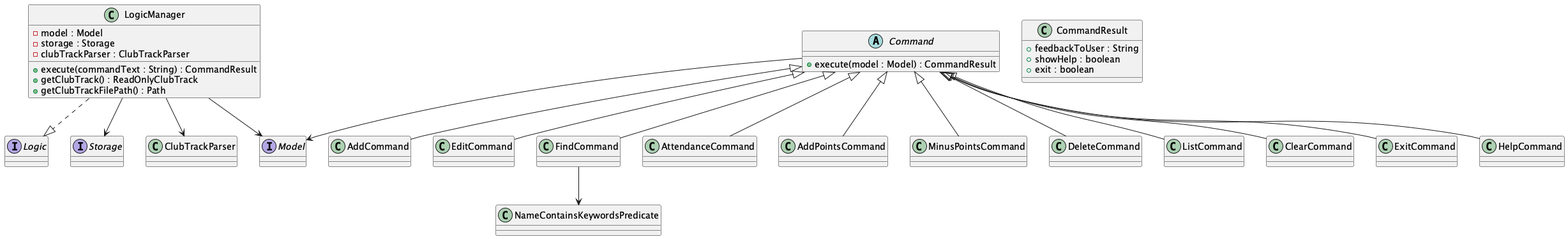
Before: docs/diagrams/LogicClassDiagram.png, a diagram exported from PlantUML (javierchuaby/tp). The source it was exported from:
```plantuml
@startuml


interface Logic

interface Model

abstract class Command {
+ execute(model : Model) : CommandResult
}

class CommandResult {
+ feedbackToUser : String
+ showHelp : boolean
+ exit : boolean
}

class LogicManager {
- model : Model
- storage : Storage
- clubTrackParser : ClubTrackParser
+ execute(commandText : String) : CommandResult
+ getClubTrack() : ReadOnlyClubTrack
+ getClubTrackFilePath() : Path
}

class AddCommand
class EditCommand
class FindCommand
class AttendanceCommand
class AddPointsCommand
class MinusPointsCommand
class DeleteCommand
class ListCommand
class ClearCommand
class ExitCommand
class HelpCommand

Command <|-- AddCommand
Command <|-- EditCommand
Command <|-- FindCommand
Command <|-- AttendanceCommand
Command <|-- AddPointsCommand
Command <|-- MinusPointsCommand
Command <|-- DeleteCommand
Command <|-- ListCommand
Command <|-- ClearCommand
Command <|-- ExitCommand
Command <|-- HelpCommand

interface Storage
class ClubTrackParser
class NameContainsKeywordsPredicate

LogicManager ..|> Logic
Command --> Model
LogicManager --> ClubTrackParser
LogicManager --> Storage
LogicManager --> Model
FindCommand --> NameContainsKeywordsPredicate

@enduml
```
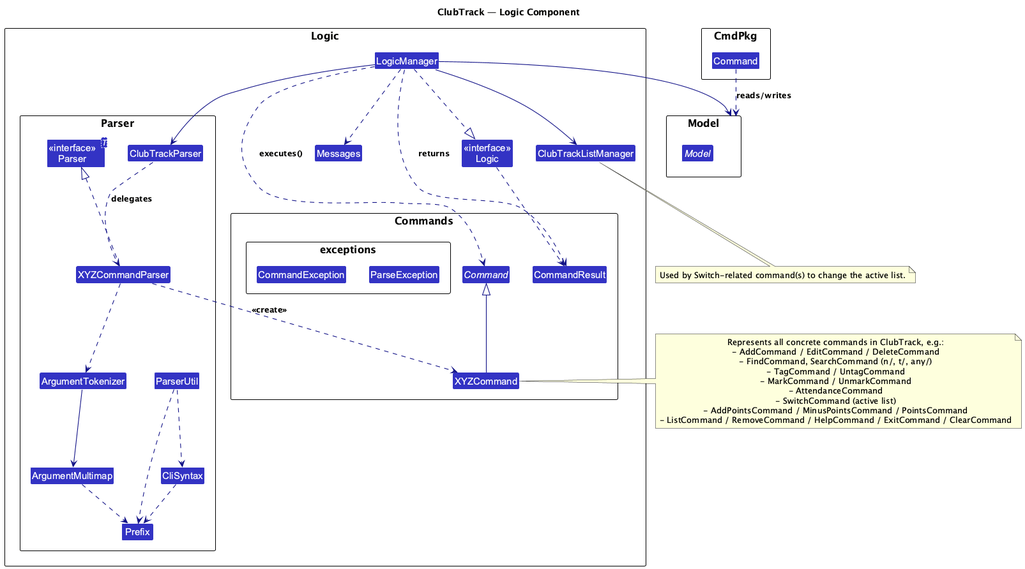
The same file after the commit.

Commit message:
Simplified Logic class diagram and added new sequence diagram into DeveloperGuide.md

Diff of the diagram source:
```diff
@@ -1,62 +1,87 @@
 @startuml
+!include style.puml
+skinparam arrowThickness 1.1
+skinparam arrowColor LOGIC_COLOR_T4
+skinparam classBackgroundColor LOGIC_COLOR
+
+title ClubTrack — Logic Component
+
+package Logic as LogicPackage {
+
+  package "Parser" as ParserPkg {
+    class "<<interface>>\nParser<T>" as IParser
+    class ClubTrackParser
+    class XYZCommandParser
+
+    class ArgumentTokenizer
+    class ArgumentMultimap
+    class Prefix
+    class CliSyntax
+    class ParserUtil
+  }
+
+  package "Commands" as CmdPkg {
+    class CommandResult
+    abstract class Command
+    class XYZCommand
+
+    package "exceptions" {
+      class CommandException
+      class ParseException
+    }
+  }
+
+  class "<<interface>>\nLogic" as Logic
+  class LogicManager
+  class ClubTrackListManager
+  class Messages
+}
+
+package Model {
+  interface Model
+}
 
 
-interface Logic
+LogicManager .right.|> Logic
+LogicManager --> Model
+LogicManager --> ClubTrackParser
+LogicManager --> ClubTrackListManager
+LogicManager ..> Messages
 
-interface Model
+Logic ..> CommandResult
+LogicManager ..> CommandResult : returns
 
-abstract class Command {
-+ execute(model : Model) : CommandResult
-}
+LogicManager .down.> Command : executes()
+XYZCommand -up-|> Command
+CmdPkg.Command ..> Model : reads/writes
 
-class CommandResult {
-+ feedbackToUser : String
-+ showHelp : boolean
-+ exit : boolean
-}
 
-class LogicManager {
-- model : Model
-- storage : Storage
-- clubTrackParser : ClubTrackParser
-+ execute(commandText : String) : CommandResult
-+ getClubTrack() : ReadOnlyClubTrack
-+ getClubTrackFilePath() : Path
-}
+IParser <|.. XYZCommandParser
+ClubTrackParser ..> XYZCommandParser : delegates
+ParserUtil ..> Prefix
+ParserUtil ..> CliSyntax
+XYZCommandParser ..> ArgumentTokenizer
+ArgumentTokenizer --> ArgumentMultimap
+ArgumentMultimap ..> Prefix
+CliSyntax ..> Prefix
 
-class AddCommand
-class EditCommand
-class FindCommand
-class AttendanceCommand
-class AddPointsCommand
-class MinusPointsCommand
-class DeleteCommand
-class ListCommand
-class ClearCommand
-class ExitCommand
-class HelpCommand
+XYZCommandParser ..> XYZCommand : <<create>>
 
-Command <|-- AddCommand
-Command <|-- EditCommand
-Command <|-- FindCommand
-Command <|-- AttendanceCommand
-Command <|-- AddPointsCommand
-Command <|-- MinusPointsCommand
-Command <|-- DeleteCommand
-Command <|-- ListCommand
-Command <|-- ClearCommand
-Command <|-- ExitCommand
-Command <|-- HelpCommand
 
-interface Storage
-class ClubTrackParser
-class NameContainsKeywordsPredicate
+note right of XYZCommand
+  Represents all concrete commands in ClubTrack, e.g.:
+  - AddCommand / EditCommand / DeleteCommand
+  - FindCommand, SearchCommand (n/, t/, any/)
+  - TagCommand / UntagCommand
+  - MarkCommand / UnmarkCommand
+  - AttendanceCommand
+  - SwitchCommand (active list)
+  - AddPointsCommand / MinusPointsCommand / PointsCommand
+  - ListCommand / RemoveCommand / HelpCommand / ExitCommand / ClearCommand
+end note
 
-LogicManager ..|> Logic
-Command --> Model
-LogicManager --> ClubTrackParser
-LogicManager --> Storage
-LogicManager --> Model
-FindCommand --> NameContainsKeywordsPredicate
+note bottom of ClubTrackListManager
+  Used by Switch-related command(s) to change the active list.
+end note
 
 @enduml
```
